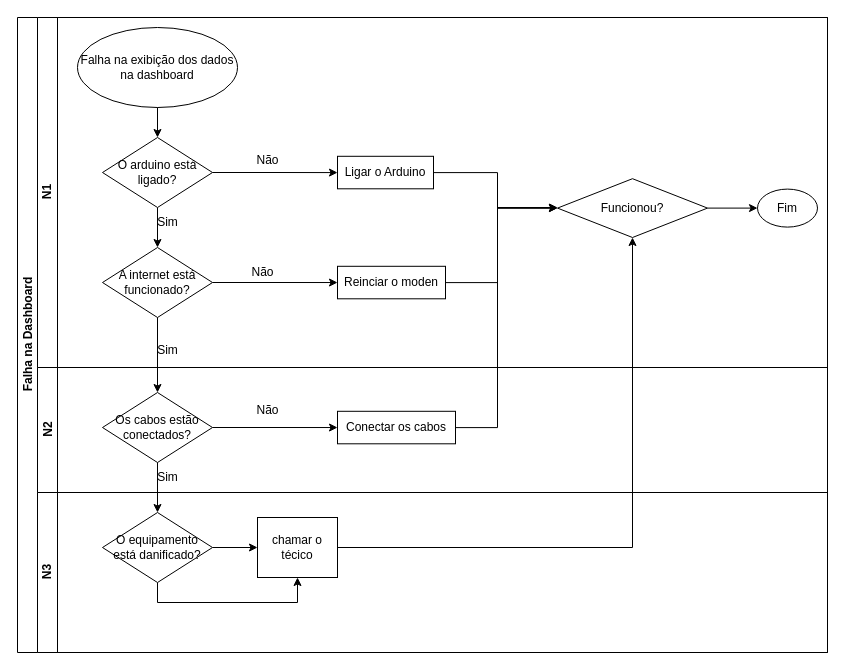
The draw.io diagram repo-sprint3/diagramabpmn/bpmn.drawio in rodrigoapolo/ondo, before the edit. Source tidied: cells renumbered, new cells numbered last; positions are measured from the earlier drawing's top-left corner, leaving out a move shared by most shapes. Both pictures are drawn from the tidied source at 100%, with x=0, y=0 at pixel (17, 17).
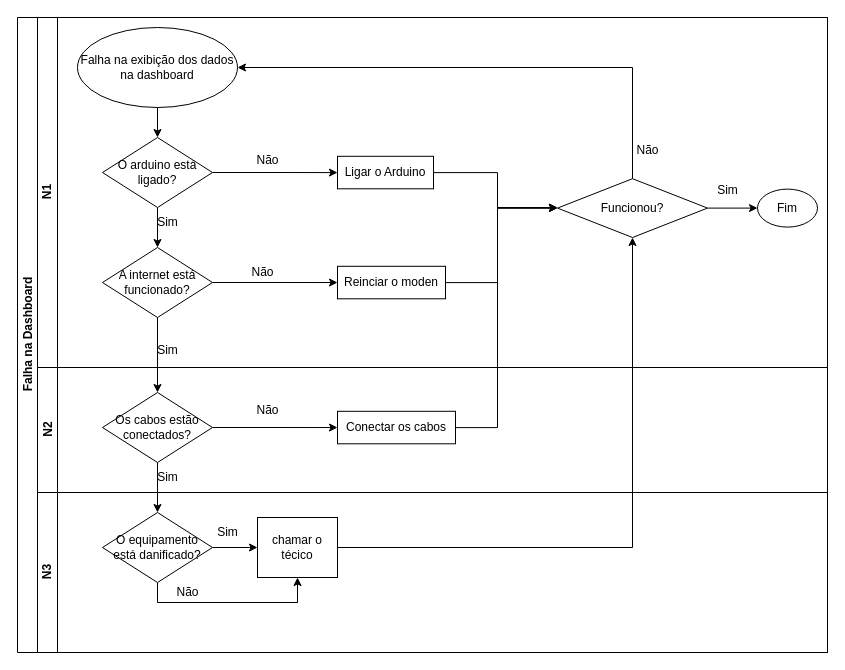
The same page after the edit.

Unchanged cells that the change refers to:
```xml
<mxCell id="3" value="N1" style="swimlane;html=1;startSize=20;horizontal=0;" parent="2" vertex="1">
  <mxGeometry x="20" width="790" height="350" as="geometry" />
</mxCell>
<mxCell id="4" value="Falha na exibição dos dados na dashboard" style="ellipse;whiteSpace=wrap;html=1;" parent="3" vertex="1">
  <mxGeometry x="40" y="10" width="160" height="80" as="geometry" />
</mxCell>
<mxCell id="16" value="Funcionou?" style="rhombus;whiteSpace=wrap;html=1;fontFamily=Helvetica;fontSize=12;fontColor=#000000;align=center;" parent="3" vertex="1">
  <mxGeometry x="520" y="161.2" width="150" height="58.8" as="geometry" />
</mxCell>
<mxCell id="28" value="N3" style="swimlane;html=1;startSize=20;horizontal=0;" parent="2" vertex="1">
  <mxGeometry x="20" y="475" width="790" height="160" as="geometry" />
</mxCell>
```

Diff of the diagram source:
```diff
@@
+    <mxCell id="37" style="edgeStyle=orthogonalEdgeStyle;rounded=0;jettySize=auto;html=1;entryX=1;entryY=0.5;entryDx=0;entryDy=0;" parent="3" edge="1" source="16" target="4">
+      <mxGeometry relative="1" as="geometry">
+        <Array as="points">
+          <mxPoint x="595" y="50" />
+        </Array>
+      </mxGeometry>
+    </mxCell>
@@
+    <mxCell id="38" value="Não" style="text;html=1;align=center;verticalAlign=middle;strokeColor=none;fillColor=none;" parent="28" vertex="1">
+      <mxGeometry x="125" y="85" width="50" height="30" as="geometry" />
+    </mxCell>
+    <mxCell id="39" value="Sim" style="text;html=1;align=center;verticalAlign=middle;strokeColor=none;fillColor=none;" parent="28" vertex="1">
+      <mxGeometry x="170" y="25" width="40" height="30" as="geometry" />
+    </mxCell>
@@
+    <mxCell id="40" value="Não" style="text;html=1;align=center;verticalAlign=middle;strokeColor=none;fillColor=none;" parent="1" vertex="1">
+      <mxGeometry x="605" y="118" width="50" height="30" as="geometry" />
+    </mxCell>
+    <mxCell id="41" value="Sim" style="text;html=1;align=center;verticalAlign=middle;strokeColor=none;fillColor=none;" parent="1" vertex="1">
+      <mxGeometry x="690" y="158" width="40" height="30" as="geometry" />
+    </mxCell>
```
